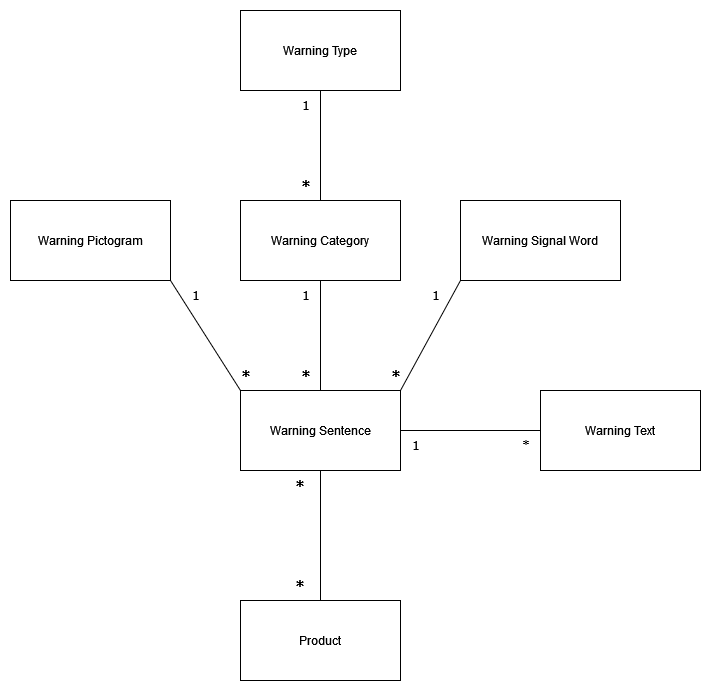
Before: images/Domain Model.png, a diagram exported from draw.io (FrederikBA/bachelor-monolithic-poc). Source tidied: cells renumbered, new cells last; positions are measured from the earlier drawing's top-left corner, leaving out a move shared by most shapes.
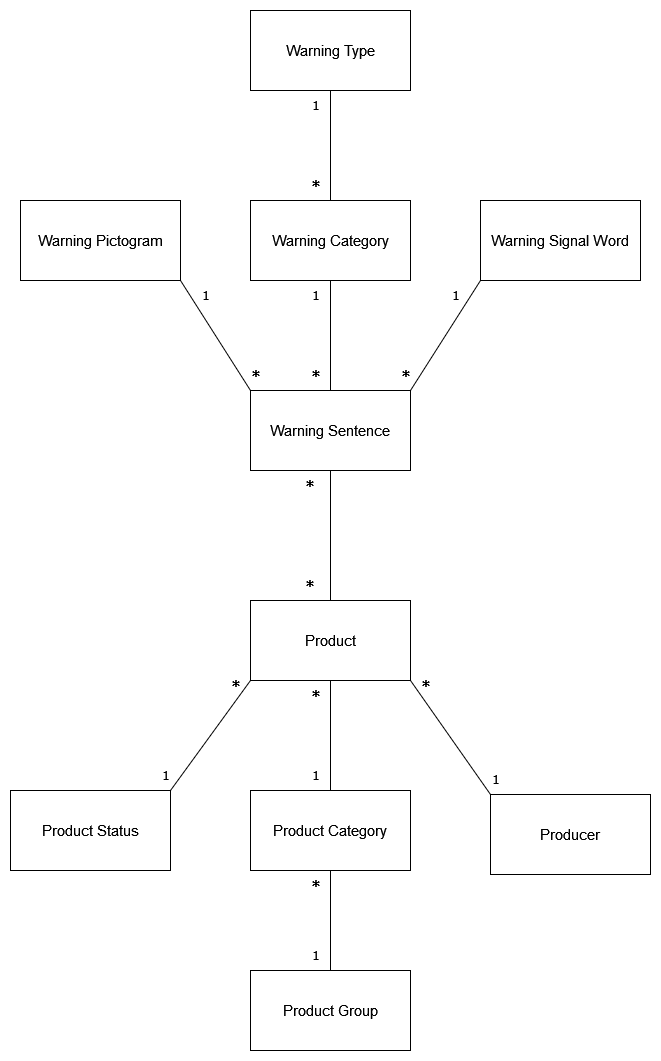
Later version of the same file.

Change to the diagram source:
```diff
@@ -5,13 +5,19 @@
     <mxCell id="2" style="edgeStyle=orthogonalEdgeStyle;rounded=0;jettySize=auto;html=1;endArrow=none;endFill=0;" parent="1" edge="1" source="3" target="5">
       <mxGeometry relative="1" as="geometry" />
     </mxCell>
+    <mxCell id="27" style="rounded=0;jettySize=auto;html=1;entryX=0;entryY=0;entryDx=0;entryDy=0;endArrow=none;endFill=0;exitX=1;exitY=1;exitDx=0;exitDy=0;" parent="1" edge="1" source="3" target="30">
+      <mxGeometry relative="1" as="geometry" />
+    </mxCell>
+    <mxCell id="28" style="edgeStyle=orthogonalEdgeStyle;rounded=0;jettySize=auto;html=1;endArrow=none;endFill=0;" parent="1" edge="1" source="3" target="34">
+      <mxGeometry relative="1" as="geometry" />
+    </mxCell>
+    <mxCell id="29" style="rounded=0;jettySize=auto;html=1;entryX=1;entryY=0;entryDx=0;entryDy=0;exitX=0;exitY=1;exitDx=0;exitDy=0;endArrow=none;endFill=0;" parent="1" edge="1" source="3" target="40">
+      <mxGeometry relative="1" as="geometry" />
+    </mxCell>
-    <mxCell id="3" value="Product" style="html=1;whiteSpace=wrap;" parent="1" vertex="1">
+    <mxCell id="3" value="&lt;font style=&quot;font-size: 15px;&quot;&gt;Product&lt;/font&gt;" style="html=1;whiteSpace=wrap;" parent="1" vertex="1">
       <mxGeometry x="230" y="590" width="160" height="80" as="geometry" />
     </mxCell>
-    <mxCell id="4" style="edgeStyle=orthogonalEdgeStyle;rounded=0;jettySize=auto;html=1;entryX=0;entryY=0.5;entryDx=0;entryDy=0;endArrow=none;endFill=0;" parent="1" edge="1" source="5" target="21">
-      <mxGeometry relative="1" as="geometry" />
-    </mxCell>
-    <mxCell id="5" value="Warning Sentence" style="html=1;whiteSpace=wrap;" parent="1" vertex="1">
+    <mxCell id="5" value="&lt;font style=&quot;font-size: 15px;&quot;&gt;Warning Sentence&lt;/font&gt;" style="html=1;whiteSpace=wrap;" parent="1" vertex="1">
       <mxGeometry x="230" y="380" width="160" height="80" as="geometry" />
     </mxCell>
     <mxCell id="6" value="&lt;font size=&quot;1&quot;&gt;&lt;b style=&quot;font-size: 14px;&quot;&gt;*&lt;/b&gt;&lt;/font&gt;" style="text;html=1;align=center;verticalAlign=middle;strokeColor=none;fillColor=none;fontFamily=Verdana;" parent="1" vertex="1">
@@ -26,7 +32,7 @@
     <mxCell id="9" style="edgeStyle=orthogonalEdgeStyle;rounded=0;jettySize=auto;html=1;entryX=0.5;entryY=1;entryDx=0;entryDy=0;endArrow=none;endFill=0;" parent="1" edge="1" source="10" target="24">
       <mxGeometry relative="1" as="geometry" />
     </mxCell>
-    <mxCell id="10" value="Warning Category" style="html=1;whiteSpace=wrap;" parent="1" vertex="1">
+    <mxCell id="10" value="&lt;font style=&quot;font-size: 15px;&quot;&gt;Warning Category&lt;/font&gt;" style="html=1;whiteSpace=wrap;" parent="1" vertex="1">
       <mxGeometry x="230" y="190" width="160" height="80" as="geometry" />
     </mxCell>
     <mxCell id="11" value="&lt;p&gt;&lt;font face=&quot;Verdana&quot; size=&quot;1&quot;&gt;&lt;b style=&quot;font-size: 14px;&quot;&gt;*&lt;/b&gt;&lt;/font&gt;&lt;/p&gt;" style="text;html=1;align=center;verticalAlign=middle;strokeColor=none;fillColor=none;fontFamily=Verdana;" parent="1" vertex="1">
@@ -38,19 +44,19 @@
     <mxCell id="13" style="rounded=0;jettySize=auto;html=1;exitX=0;exitY=1;exitDx=0;exitDy=0;entryX=1;entryY=0;entryDx=0;entryDy=0;endArrow=none;endFill=0;" parent="1" edge="1" source="14" target="5">
       <mxGeometry relative="1" as="geometry" />
     </mxCell>
-    <mxCell id="14" value="Warning Signal Word" style="html=1;whiteSpace=wrap;" parent="1" vertex="1">
-      <mxGeometry x="450" y="190" width="160" height="80" as="geometry" />
+    <mxCell id="14" value="&lt;font style=&quot;font-size: 15px;&quot;&gt;Warning Signal Word&lt;/font&gt;" style="html=1;whiteSpace=wrap;" parent="1" vertex="1">
+      <mxGeometry x="460" y="190" width="160" height="80" as="geometry" />
     </mxCell>
     <mxCell id="15" value="&lt;p&gt;&lt;font face=&quot;Verdana&quot; size=&quot;1&quot;&gt;&lt;b style=&quot;font-size: 14px;&quot;&gt;*&lt;/b&gt;&lt;/font&gt;&lt;/p&gt;" style="text;html=1;align=center;verticalAlign=middle;strokeColor=none;fillColor=none;fontFamily=Verdana;" parent="1" vertex="1">
       <mxGeometry x="370" y="340" width="30" height="50" as="geometry" />
     </mxCell>
     <mxCell id="16" value="1" style="text;html=1;align=center;verticalAlign=middle;strokeColor=none;fillColor=none;fontFamily=Verdana;" parent="1" vertex="1">
-      <mxGeometry x="410" y="270" width="30" height="30" as="geometry" />
+      <mxGeometry x="420" y="270" width="30" height="30" as="geometry" />
     </mxCell>
     <mxCell id="17" style="rounded=0;jettySize=auto;html=1;entryX=0;entryY=0;entryDx=0;entryDy=0;exitX=1;exitY=1;exitDx=0;exitDy=0;endArrow=none;endFill=0;" parent="1" edge="1" source="18" target="5">
       <mxGeometry relative="1" as="geometry" />
     </mxCell>
-    <mxCell id="18" value="Warning Pictogram" style="html=1;whiteSpace=wrap;" parent="1" vertex="1">
+    <mxCell id="18" value="&lt;font style=&quot;font-size: 15px;&quot;&gt;Warning Pictogram&lt;/font&gt;" style="html=1;whiteSpace=wrap;" parent="1" vertex="1">
       <mxGeometry y="190" width="160" height="80" as="geometry" />
     </mxCell>
     <mxCell id="19" value="&lt;p&gt;&lt;font face=&quot;Verdana&quot; size=&quot;1&quot;&gt;&lt;b style=&quot;font-size: 14px;&quot;&gt;*&lt;/b&gt;&lt;/font&gt;&lt;/p&gt;" style="text;html=1;align=center;verticalAlign=middle;strokeColor=none;fillColor=none;fontFamily=Verdana;" parent="1" vertex="1">
@@ -59,16 +65,7 @@
     <mxCell id="20" value="1" style="text;html=1;align=center;verticalAlign=middle;strokeColor=none;fillColor=none;fontFamily=Verdana;" parent="1" vertex="1">
       <mxGeometry x="170" y="270" width="30" height="30" as="geometry" />
     </mxCell>
-    <mxCell id="21" value="Warning Text" style="html=1;whiteSpace=wrap;" parent="1" vertex="1">
-      <mxGeometry x="530" y="380" width="160" height="80" as="geometry" />
-    </mxCell>
-    <mxCell id="22" value="1" style="text;html=1;align=center;verticalAlign=middle;strokeColor=none;fillColor=none;fontFamily=Verdana;" parent="1" vertex="1">
-      <mxGeometry x="390" y="420" width="30" height="30" as="geometry" />
-    </mxCell>
-    <mxCell id="23" value="*" style="text;html=1;align=center;verticalAlign=middle;strokeColor=none;fillColor=none;fontFamily=Verdana;" parent="1" vertex="1">
-      <mxGeometry x="500" y="420" width="30" height="30" as="geometry" />
-    </mxCell>
-    <mxCell id="24" value="Warning Type" style="html=1;whiteSpace=wrap;" parent="1" vertex="1">
+    <mxCell id="24" value="&lt;font style=&quot;font-size: 15px;&quot;&gt;Warning Type&lt;/font&gt;" style="html=1;whiteSpace=wrap;" parent="1" vertex="1">
       <mxGeometry x="230" width="160" height="80" as="geometry" />
     </mxCell>
     <mxCell id="25" value="1" style="text;html=1;align=center;verticalAlign=middle;strokeColor=none;fillColor=none;fontFamily=Verdana;" parent="1" vertex="1">
@@ -77,5 +74,44 @@
     <mxCell id="26" value="&lt;p&gt;&lt;font face=&quot;Verdana&quot; size=&quot;1&quot;&gt;&lt;b style=&quot;font-size: 14px;&quot;&gt;*&lt;/b&gt;&lt;/font&gt;&lt;/p&gt;" style="text;html=1;align=center;verticalAlign=middle;strokeColor=none;fillColor=none;fontFamily=Verdana;" parent="1" vertex="1">
       <mxGeometry x="280" y="150" width="30" height="50" as="geometry" />
     </mxCell>
+    <mxCell id="30" value="&lt;font style=&quot;font-size: 15px;&quot;&gt;Producer&lt;/font&gt;" style="html=1;whiteSpace=wrap;" parent="1" vertex="1">
+      <mxGeometry x="470" y="784" width="160" height="80" as="geometry" />
+    </mxCell>
+    <mxCell id="31" value="&lt;p&gt;&lt;font face=&quot;Verdana&quot; size=&quot;1&quot;&gt;&lt;b style=&quot;font-size: 14px;&quot;&gt;*&lt;/b&gt;&lt;/font&gt;&lt;/p&gt;" style="text;html=1;align=center;verticalAlign=middle;strokeColor=none;fillColor=none;fontFamily=Verdana;" parent="1" vertex="1">
+      <mxGeometry x="390" y="650" width="30" height="50" as="geometry" />
+    </mxCell>
+    <mxCell id="32" value="1" style="text;html=1;align=center;verticalAlign=middle;strokeColor=none;fillColor=none;fontFamily=Verdana;" parent="1" vertex="1">
+      <mxGeometry x="460" y="754" width="30" height="30" as="geometry" />
+    </mxCell>
+    <mxCell id="33" style="edgeStyle=orthogonalEdgeStyle;rounded=0;jettySize=auto;html=1;endArrow=none;endFill=0;" parent="1" edge="1" source="34" target="37">
+      <mxGeometry relative="1" as="geometry" />
+    </mxCell>
+    <mxCell id="34" value="&lt;font style=&quot;font-size: 15px;&quot;&gt;Product Category&lt;/font&gt;" style="html=1;whiteSpace=wrap;" parent="1" vertex="1">
+      <mxGeometry x="230" y="780" width="160" height="80" as="geometry" />
+    </mxCell>
+    <mxCell id="35" value="1" style="text;html=1;align=center;verticalAlign=middle;strokeColor=none;fillColor=none;fontFamily=Verdana;" parent="1" vertex="1">
+      <mxGeometry x="280" y="750" width="30" height="30" as="geometry" />
+    </mxCell>
+    <mxCell id="36" value="&lt;p&gt;&lt;font face=&quot;Verdana&quot; size=&quot;1&quot;&gt;&lt;b style=&quot;font-size: 14px;&quot;&gt;*&lt;/b&gt;&lt;/font&gt;&lt;/p&gt;" style="text;html=1;align=center;verticalAlign=middle;strokeColor=none;fillColor=none;fontFamily=Verdana;" parent="1" vertex="1">
+      <mxGeometry x="280" y="660" width="30" height="50" as="geometry" />
+    </mxCell>
+    <mxCell id="37" value="&lt;font style=&quot;font-size: 15px;&quot;&gt;Product Group&lt;/font&gt;" style="html=1;whiteSpace=wrap;" parent="1" vertex="1">
+      <mxGeometry x="230" y="960" width="160" height="80" as="geometry" />
+    </mxCell>
+    <mxCell id="38" value="&lt;p&gt;&lt;font face=&quot;Verdana&quot; size=&quot;1&quot;&gt;&lt;b style=&quot;font-size: 14px;&quot;&gt;*&lt;/b&gt;&lt;/font&gt;&lt;/p&gt;" style="text;html=1;align=center;verticalAlign=middle;strokeColor=none;fillColor=none;fontFamily=Verdana;" parent="1" vertex="1">
+      <mxGeometry x="280" y="850" width="30" height="50" as="geometry" />
+    </mxCell>
+    <mxCell id="39" value="1" style="text;html=1;align=center;verticalAlign=middle;strokeColor=none;fillColor=none;fontFamily=Verdana;" parent="1" vertex="1">
+      <mxGeometry x="280" y="930" width="30" height="30" as="geometry" />
+    </mxCell>
+    <mxCell id="40" value="&lt;font style=&quot;font-size: 15px;&quot;&gt;Product Status&lt;/font&gt;" style="html=1;whiteSpace=wrap;" parent="1" vertex="1">
+      <mxGeometry x="-10" y="780" width="160" height="80" as="geometry" />
+    </mxCell>
+    <mxCell id="41" value="&lt;p&gt;&lt;font face=&quot;Verdana&quot; size=&quot;1&quot;&gt;&lt;b style=&quot;font-size: 14px;&quot;&gt;*&lt;/b&gt;&lt;/font&gt;&lt;/p&gt;" style="text;html=1;align=center;verticalAlign=middle;strokeColor=none;fillColor=none;fontFamily=Verdana;" parent="1" vertex="1">
+      <mxGeometry x="200" y="650" width="30" height="50" as="geometry" />
+    </mxCell>
+    <mxCell id="42" value="1" style="text;html=1;align=center;verticalAlign=middle;strokeColor=none;fillColor=none;fontFamily=Verdana;" parent="1" vertex="1">
+      <mxGeometry x="130" y="750" width="30" height="30" as="geometry" />
+    </mxCell>
   </root>
 </mxGraphModel>
```
